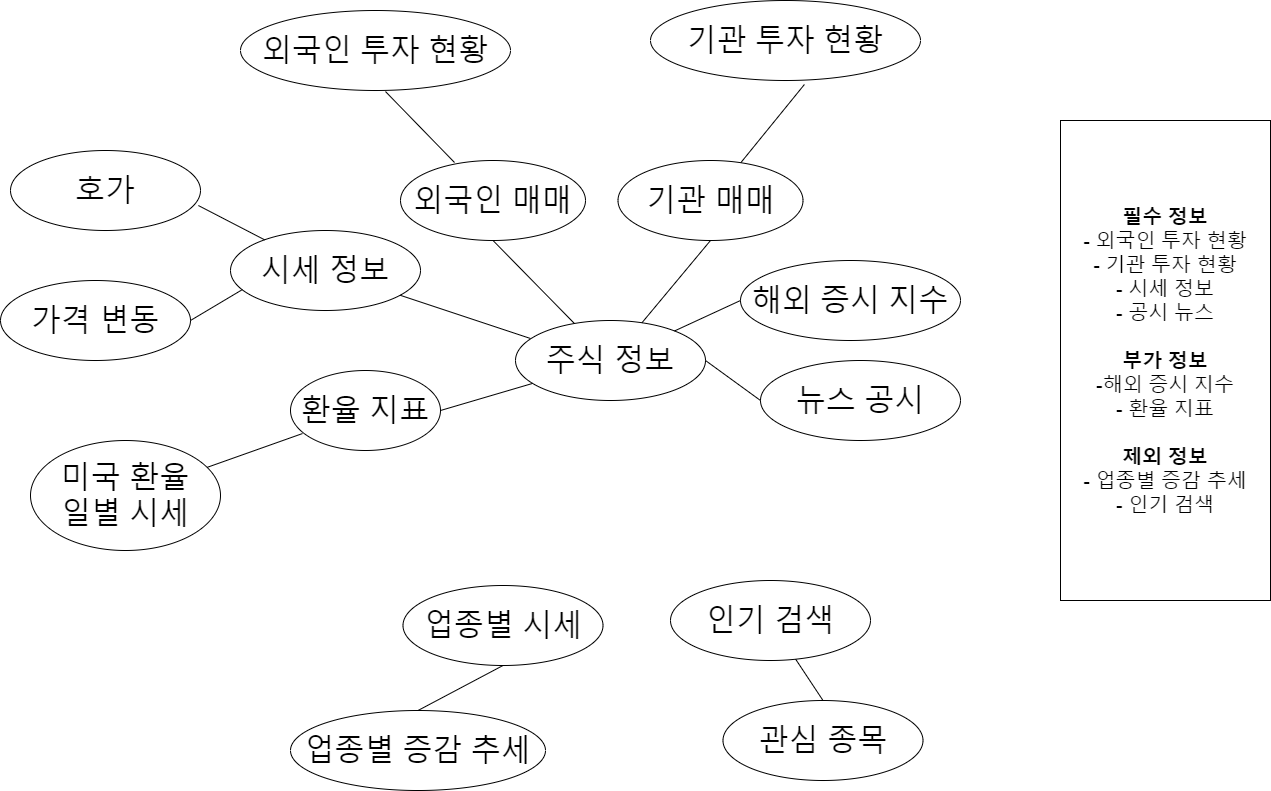
Earlier version of the draw.io export subject/draw_mindmap.png (SungPilHan/python_data_analysis_stock). Source tidied: cells renumbered, new cells last; positions are measured from the earlier drawing's top-left corner, leaving out a move shared by most shapes.
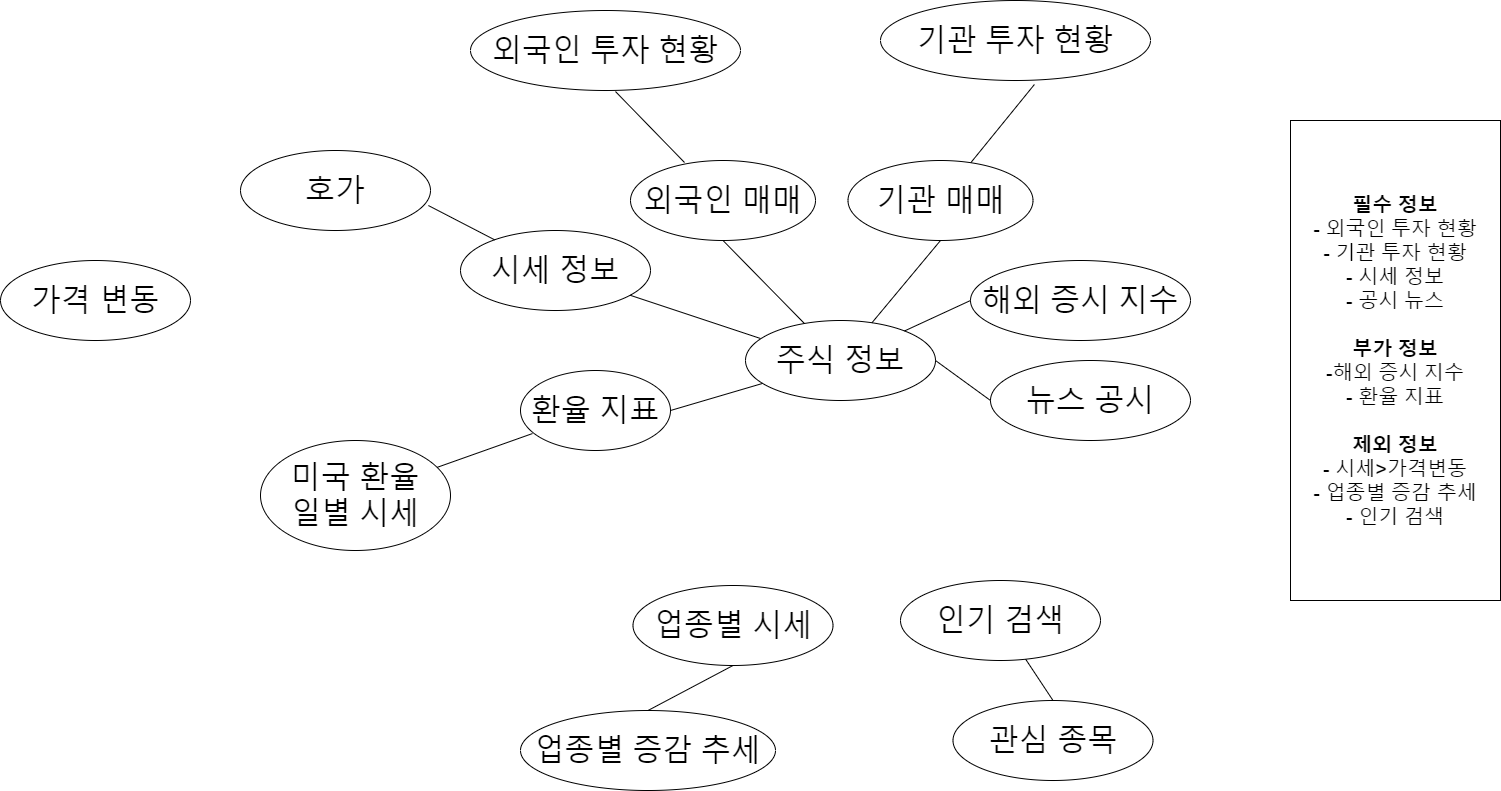
After the change.

What changed in the source:
```diff
@@ -63,11 +63,8 @@
       <mxGeometry x="10" y="150" width="190" height="80" as="geometry" />
     </mxCell>
     <mxCell id="22" value="&lt;span style=&quot;font-size: 30px&quot;&gt;가격 변동&lt;/span&gt;" style="ellipse;whiteSpace=wrap;html=1;" parent="1" vertex="1">
-      <mxGeometry y="280" width="190" height="80" as="geometry" />
+      <mxGeometry x="-230" y="260" width="190" height="80" as="geometry" />
     </mxCell>
-    <mxCell id="23" style="endArrow=none;html=1;exitX=1;exitY=0.5;exitDx=0;exitDy=0;entryX=0.063;entryY=0.738;entryDx=0;entryDy=0;entryPerimeter=0;" parent="1" edge="1" source="22" target="19">
-      <mxGeometry relative="1" as="geometry" />
-    </mxCell>
     <mxCell id="24" style="endArrow=none;html=1;exitX=0.989;exitY=0.688;exitDx=0;exitDy=0;exitPerimeter=0;" parent="1" edge="1" source="21" target="19">
       <mxGeometry relative="1" as="geometry" />
     </mxCell>
@@ -89,7 +86,7 @@
     <mxCell id="30" style="endArrow=none;html=1;exitX=0.5;exitY=0;exitDx=0;exitDy=0;" parent="1" edge="1" source="29" target="11">
       <mxGeometry relative="1" as="geometry" />
     </mxCell>
-    <mxCell id="31" value="&lt;font style=&quot;font-size: 20px&quot;&gt;&lt;b&gt;필수 정보&lt;br&gt;&lt;/b&gt;- 외국인 투자 현황&lt;br&gt;- 기관 투자 현황&lt;br&gt;- 시세 정보&lt;br&gt;- 공시 뉴스&lt;br&gt;&lt;br&gt;&lt;b&gt;부가 정보&lt;br&gt;&lt;/b&gt;-해외 증시 지수&lt;br&gt;- 환율 지표&lt;br&gt;&lt;b&gt;&lt;br&gt;제외 정보&lt;br&gt;&lt;/b&gt;- 업종별 증감 추세&lt;br&gt;- 인기 검색&lt;/font&gt;" style="rounded=0;whiteSpace=wrap;html=1;" parent="1" vertex="1">
+    <mxCell id="31" value="&lt;font style=&quot;font-size: 20px&quot;&gt;&lt;b&gt;필수 정보&lt;br&gt;&lt;/b&gt;- 외국인 투자 현황&lt;br&gt;- 기관 투자 현황&lt;br&gt;- 시세 정보&lt;br&gt;- 공시 뉴스&lt;br&gt;&lt;br&gt;&lt;b&gt;부가 정보&lt;br&gt;&lt;/b&gt;-해외 증시 지수&lt;br&gt;- 환율 지표&lt;br&gt;&lt;br&gt;&lt;b&gt;제외 정보&lt;/b&gt;&lt;br&gt;- 시세&amp;gt;가격변동&lt;br&gt;- 업종별 증감 추세&lt;br&gt;- 인기 검색&lt;/font&gt;" style="rounded=0;whiteSpace=wrap;html=1;" parent="1" vertex="1">
       <mxGeometry x="1060" y="120" width="210" height="480" as="geometry" />
     </mxCell>
   </root>
```
